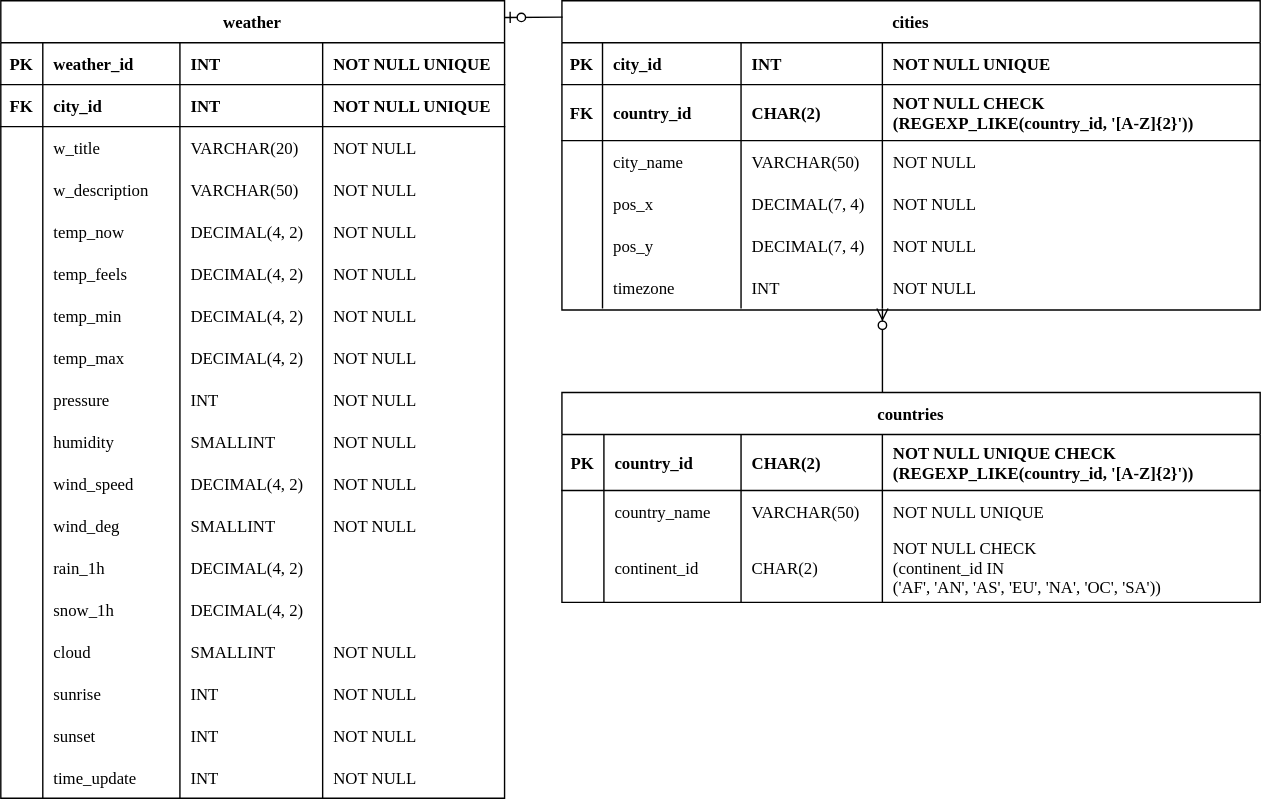
Above: docs/database_erd.svg in suyons/clickcloud (draw.io), before the change. Source tidied: cells renumbered, new cells last; positions are measured from the earlier drawing's top-left corner, leaving out a move shared by most shapes.
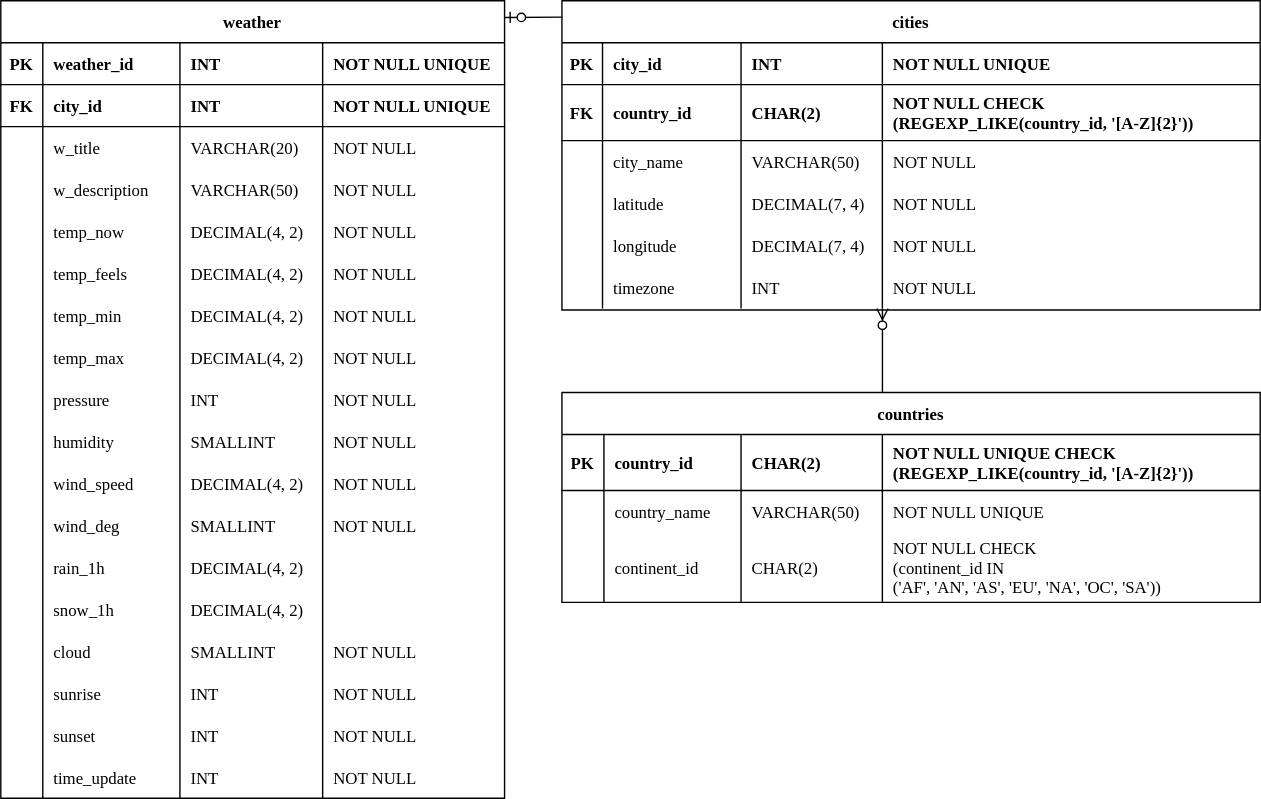
The same diagram one commit later.

Change to the diagram source:
```diff
@@ -329,7 +329,7 @@
     <mxCell id="110" style="shape=partialRectangle;fillColor=none;top=0;left=0;bottom=0;right=0;overflow=hidden;fontFamily=Tahoma;strokeColor=default;" parent="109" vertex="1">
       <mxGeometry width="29" height="30" as="geometry" />
     </mxCell>
-    <mxCell id="111" value="pos_x" style="shape=partialRectangle;fillColor=none;top=0;left=0;bottom=0;right=0;align=left;spacingLeft=6;overflow=hidden;fontFamily=Tahoma;strokeColor=default;" parent="109" vertex="1">
+    <mxCell id="111" value="latitude" style="shape=partialRectangle;fillColor=none;top=0;left=0;bottom=0;right=0;align=left;spacingLeft=6;overflow=hidden;fontFamily=Tahoma;strokeColor=default;" parent="109" vertex="1">
       <mxGeometry x="29" width="99" height="30" as="geometry" />
     </mxCell>
     <mxCell id="112" value="DECIMAL(7, 4)" style="shape=partialRectangle;fillColor=none;top=0;left=0;bottom=0;right=0;align=left;spacingLeft=6;overflow=hidden;fontFamily=Tahoma;strokeColor=default;" parent="109" vertex="1">
@@ -344,7 +344,7 @@
     <mxCell id="115" style="shape=partialRectangle;fillColor=none;top=0;left=0;bottom=0;right=0;overflow=hidden;fontFamily=Tahoma;strokeColor=default;" parent="114" vertex="1">
       <mxGeometry width="29" height="30" as="geometry" />
     </mxCell>
-    <mxCell id="116" value="pos_y" style="shape=partialRectangle;fillColor=none;top=0;left=0;bottom=0;right=0;align=left;spacingLeft=6;overflow=hidden;fontFamily=Tahoma;strokeColor=default;" parent="114" vertex="1">
+    <mxCell id="116" value="longitude" style="shape=partialRectangle;fillColor=none;top=0;left=0;bottom=0;right=0;align=left;spacingLeft=6;overflow=hidden;fontFamily=Tahoma;strokeColor=default;" parent="114" vertex="1">
       <mxGeometry x="29" width="99" height="30" as="geometry" />
     </mxCell>
     <mxCell id="117" value="DECIMAL(7, 4)" style="shape=partialRectangle;fillColor=none;top=0;left=0;bottom=0;right=0;align=left;spacingLeft=6;overflow=hidden;fontFamily=Tahoma;strokeColor=default;" parent="114" vertex="1">
```
